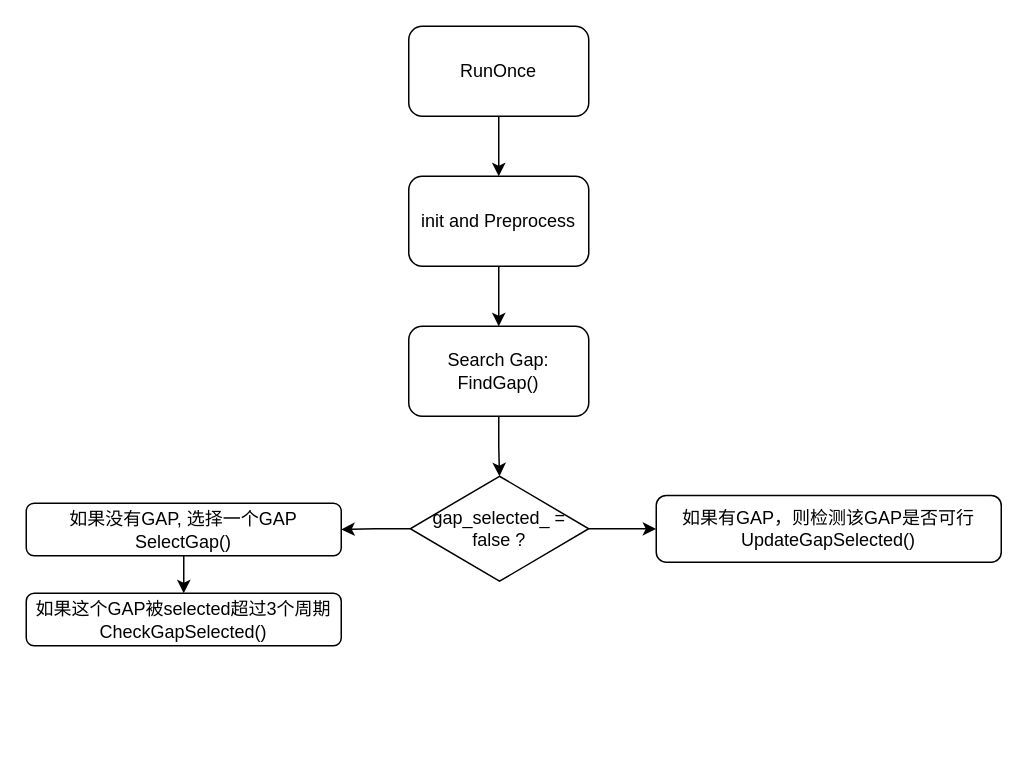
The draw.io diagram etp_lane_change_gap_search.drawio in YuzhouYe/peb, before the edit. Source tidied: cells renumbered, new cells numbered last; positions are measured from the earlier drawing's top-left corner, leaving out a move shared by most shapes. Both pictures are drawn from the tidied source at 150%, with x=0, y=0 at pixel (26, 26).
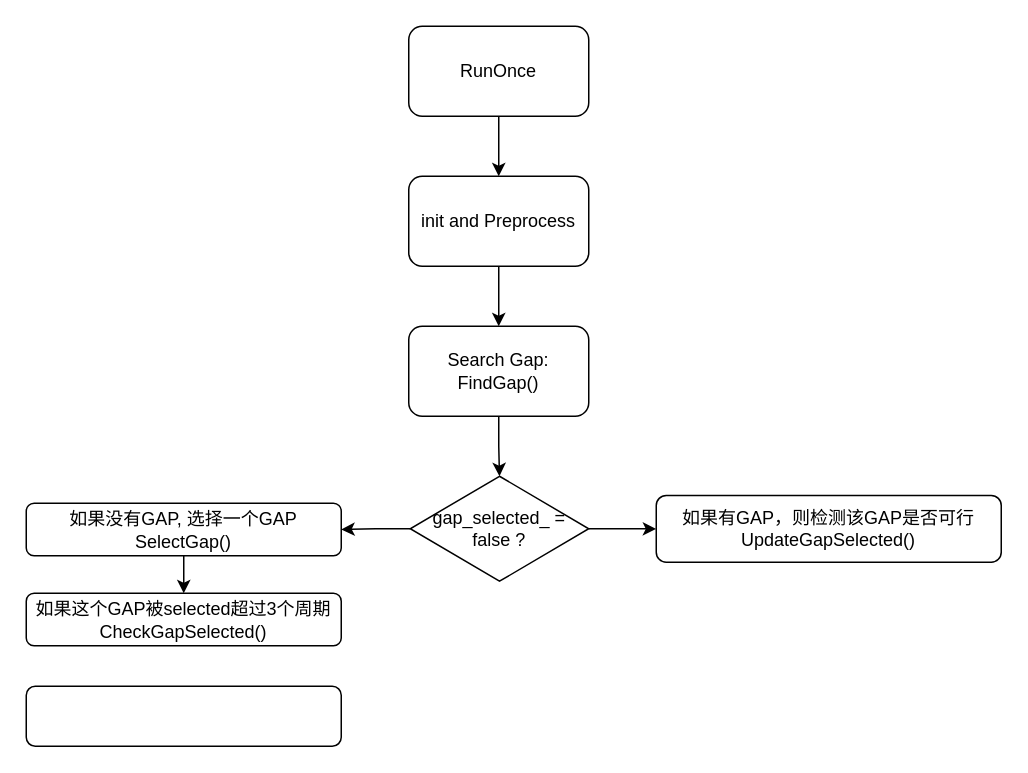
Above is the later version.

What changed in the source:
```diff
@@
 <mxGraphModel>
   <root>
     <mxCell id="0" />
     <mxCell id="1" parent="0" />
     <mxCell id="2" style="edgeStyle=orthogonalEdgeStyle;rounded=0;jettySize=auto;html=1;" parent="1" edge="1" source="3" target="7">
       <mxGeometry relative="1" as="geometry" />
     </mxCell>
     <mxCell id="3" value="RunOnce" style="rounded=1;whiteSpace=wrap;html=1;" parent="1" vertex="1">
       <mxGeometry x="255" width="120" height="60" as="geometry" />
     </mxCell>
     <mxCell id="4" style="edgeStyle=orthogonalEdgeStyle;rounded=0;jettySize=auto;html=1;" parent="1" edge="1" source="5" target="10">
       <mxGeometry relative="1" as="geometry" />
     </mxCell>
     <mxCell id="5" value="Search Gap:&lt;div&gt;FindGap()&lt;/div&gt;" style="rounded=1;whiteSpace=wrap;html=1;" parent="1" vertex="1">
       <mxGeometry x="255" y="200" width="120" height="60" as="geometry" />
     </mxCell>
     <mxCell id="6" style="edgeStyle=orthogonalEdgeStyle;rounded=0;jettySize=auto;html=1;" parent="1" edge="1" source="7" target="5">
       <mxGeometry relative="1" as="geometry" />
     </mxCell>
     <mxCell id="7" value="init and Preprocess" style="rounded=1;whiteSpace=wrap;html=1;" parent="1" vertex="1">
       <mxGeometry x="255" y="100" width="120" height="60" as="geometry" />
     </mxCell>
     <mxCell id="8" style="edgeStyle=orthogonalEdgeStyle;rounded=0;jettySize=auto;html=1;exitX=0;exitY=0.5;exitDx=0;exitDy=0;entryX=1;entryY=0.5;entryDx=0;entryDy=0;" parent="1" edge="1" source="10" target="12">
       <mxGeometry relative="1" as="geometry" />
     </mxCell>
     <mxCell id="9" style="edgeStyle=orthogonalEdgeStyle;rounded=0;jettySize=auto;html=1;" parent="1" edge="1" source="10" target="13">
       <mxGeometry relative="1" as="geometry" />
     </mxCell>
     <mxCell id="10" value="gap_selected_ = false ?" style="rhombus;whiteSpace=wrap;html=1;" parent="1" vertex="1">
       <mxGeometry x="256" y="300" width="119" height="70" as="geometry" />
     </mxCell>
     <mxCell id="11" style="edgeStyle=orthogonalEdgeStyle;rounded=0;jettySize=auto;html=1;" parent="1" edge="1" source="12" target="14">
       <mxGeometry relative="1" as="geometry" />
     </mxCell>
     <mxCell id="12" value="&lt;div&gt;如果没有GAP, 选择一个GAP&lt;/div&gt;SelectGap()" style="rounded=1;whiteSpace=wrap;html=1;" parent="1" vertex="1">
       <mxGeometry y="318" width="210" height="35" as="geometry" />
     </mxCell>
     <mxCell id="13" value="如果有GAP，则检测该GAP是否可行&lt;div&gt;UpdateGapSelected()&lt;/div&gt;" style="rounded=1;whiteSpace=wrap;html=1;" parent="1" vertex="1">
       <mxGeometry x="420" y="312.8" width="230" height="44.5" as="geometry" />
     </mxCell>
     <mxCell id="14" value="&lt;div&gt;如果这个GAP被selected超过3个周期&lt;/div&gt;CheckGapSelected()" style="rounded=1;whiteSpace=wrap;html=1;" parent="1" vertex="1">
       <mxGeometry y="378" width="210" height="35" as="geometry" />
     </mxCell>
+    <mxCell id="15" style="rounded=1;whiteSpace=wrap;html=1;" parent="1" vertex="1">
+      <mxGeometry y="440" width="210" height="40" as="geometry" />
+    </mxCell>
   </root>
 </mxGraphModel>
```
